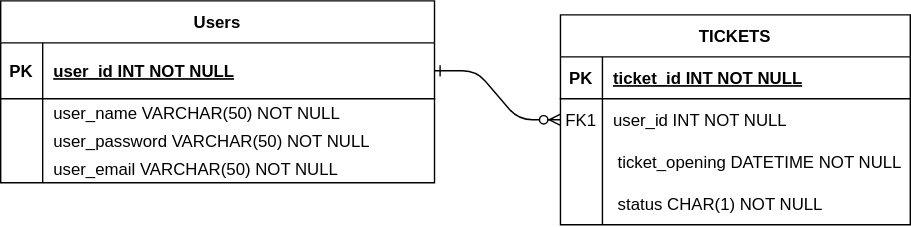
Before: DER/Qhelp-DER.drawio.svg, a diagram exported from draw.io (luan-ferreir4/Qhelp-DER). Source tidied: cells renumbered, new cells last; positions are measured from the earlier drawing's top-left corner, leaving out a move shared by most shapes.
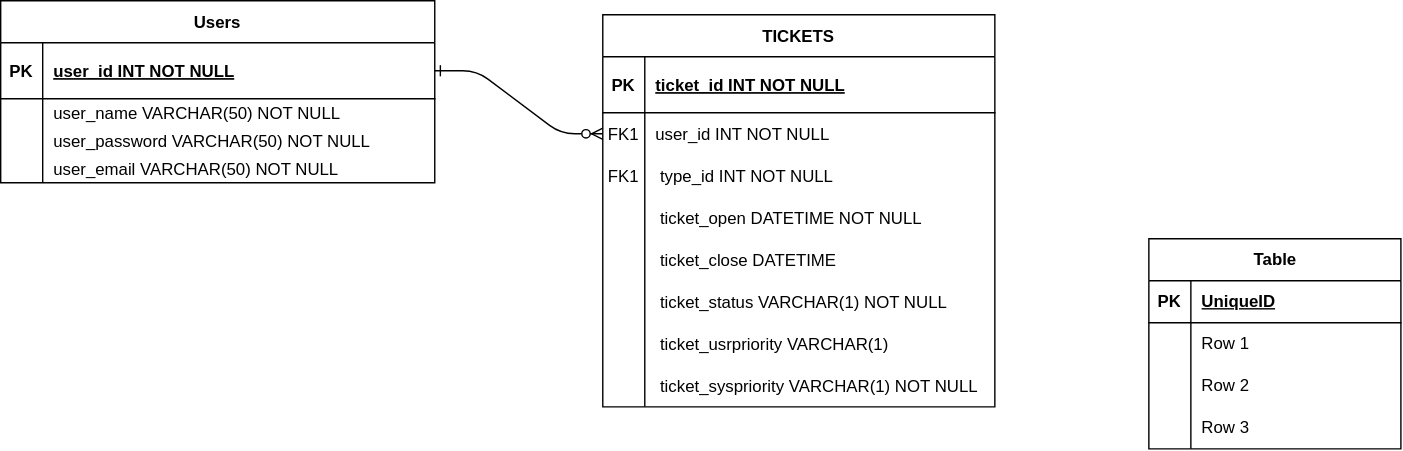
The same diagram one commit later.

What changed in the source:
```diff
@@ -5,45 +5,6 @@
     <mxCell id="2" style="edgeStyle=entityRelationEdgeStyle;endArrow=ERzeroToMany;startArrow=ERone;endFill=1;startFill=0;exitX=1;exitY=0.5;exitDx=0;exitDy=0;" parent="1" edge="1" source="17" target="7">
       <mxGeometry relative="1" as="geometry" />
     </mxCell>
-    <mxCell id="3" value="TICKETS" style="shape=table;startSize=30;rowLines=0;fontStyle=1;align=center;" parent="1" vertex="1">
-      <mxGeometry x="400" y="10" width="250" height="150" as="geometry" />
-    </mxCell>
-    <mxCell id="4" style="shape=partialRectangle;fillColor=none;top=0;left=0;right=0;bottom=1;" parent="3" vertex="1">
-      <mxGeometry y="30" width="250" height="30" as="geometry" />
-    </mxCell>
-    <mxCell id="5" value="PK" style="shape=partialRectangle;overflow=hidden;fillColor=none;top=0;left=0;bottom=0;right=0;fontStyle=1;" parent="4" vertex="1">
-      <mxGeometry width="30" height="30" as="geometry" />
-    </mxCell>
-    <mxCell id="6" value="ticket_id INT NOT NULL " style="shape=partialRectangle;overflow=hidden;fillColor=none;top=0;left=0;bottom=0;right=0;align=left;spacingLeft=6;fontStyle=5;" parent="4" vertex="1">
-      <mxGeometry x="30" width="220" height="30" as="geometry" />
-    </mxCell>
-    <mxCell id="7" style="shape=partialRectangle;fillColor=none;points=[[0,0.5],[1,0.5]];portConstraint=eastwest;top=0;left=0;right=0;bottom=0;" parent="3" vertex="1">
-      <mxGeometry y="60" width="250" height="30" as="geometry" />
-    </mxCell>
-    <mxCell id="8" value="FK1" style="shape=partialRectangle;overflow=hidden;fillColor=none;top=0;left=0;bottom=0;right=0;" parent="7" vertex="1">
-      <mxGeometry width="30" height="30" as="geometry" />
-    </mxCell>
-    <mxCell id="9" value="user_id INT NOT NULL" style="shape=partialRectangle;overflow=hidden;fillColor=none;top=0;left=0;bottom=0;right=0;align=left;spacingLeft=6;" parent="7" vertex="1">
-      <mxGeometry x="30" width="220" height="30" as="geometry" />
-    </mxCell>
-    <mxCell id="10" style="shape=partialRectangle;fillColor=none;top=0;left=0;right=0;bottom=0;" parent="3" vertex="1">
-      <mxGeometry y="90" width="250" height="30" as="geometry" />
-    </mxCell>
-    <mxCell id="11" style="shape=partialRectangle;overflow=hidden;fillColor=none;top=0;left=0;bottom=0;right=0;" parent="10" vertex="1">
-      <mxGeometry width="30" height="30" as="geometry" />
-    </mxCell>
-    <mxCell id="12" value=" ticket_opening DATETIME NOT NULL" style="shape=partialRectangle;overflow=hidden;fillColor=none;top=0;left=0;bottom=0;right=0;align=left;spacingLeft=6;" parent="10" vertex="1">
-      <mxGeometry x="30" width="220" height="30" as="geometry" />
-    </mxCell>
-    <mxCell id="13" style="shape=partialRectangle;fillColor=none;top=0;left=0;right=0;bottom=0;" parent="3" vertex="1">
-      <mxGeometry y="120" width="250" height="30" as="geometry" />
-    </mxCell>
-    <mxCell id="14" style="shape=partialRectangle;overflow=hidden;fillColor=none;top=0;left=0;bottom=0;right=0;" parent="13" vertex="1">
-      <mxGeometry width="30" height="30" as="geometry" />
-    </mxCell>
-    <mxCell id="15" value=" status CHAR(1) NOT NULL" style="shape=partialRectangle;overflow=hidden;fillColor=none;top=0;left=0;bottom=0;right=0;align=left;spacingLeft=6;" parent="13" vertex="1">
-      <mxGeometry x="30" width="220" height="30" as="geometry" />
-    </mxCell>
     <mxCell id="16" value="Users" style="shape=table;startSize=30;rowLines=0;fontStyle=1;align=center;" parent="1" vertex="1">
       <mxGeometry width="310" height="130" as="geometry" />
     </mxCell>
@@ -83,5 +44,119 @@
     <mxCell id="28" value="user_email VARCHAR(50) NOT NULL" style="shape=partialRectangle;overflow=hidden;fillColor=none;top=0;left=0;bottom=0;right=0;align=left;spacingLeft=6;" parent="26" vertex="1">
       <mxGeometry x="30" width="280" height="20" as="geometry" />
     </mxCell>
+    <mxCell id="3" value="TICKETS" style="shape=table;startSize=30;rowLines=0;fontStyle=1;align=center;" parent="1" vertex="1">
+      <mxGeometry x="430" y="10" width="280" height="280" as="geometry" />
+    </mxCell>
+    <mxCell id="4" style="shape=partialRectangle;fillColor=none;top=0;left=0;right=0;bottom=1;" parent="3" vertex="1">
+      <mxGeometry y="30" width="280" height="40" as="geometry" />
+    </mxCell>
+    <mxCell id="5" value="PK" style="shape=partialRectangle;overflow=hidden;fillColor=none;top=0;left=0;bottom=0;right=0;fontStyle=1;" parent="4" vertex="1">
+      <mxGeometry width="30" height="40" as="geometry" />
+    </mxCell>
+    <mxCell id="6" value="ticket_id INT NOT NULL " style="shape=partialRectangle;overflow=hidden;fillColor=none;top=0;left=0;bottom=0;right=0;align=left;spacingLeft=6;fontStyle=5;" parent="4" vertex="1">
+      <mxGeometry x="30" width="250" height="40" as="geometry" />
+    </mxCell>
+    <mxCell id="7" style="shape=partialRectangle;fillColor=none;points=[[0,0.5],[1,0.5]];portConstraint=eastwest;top=0;left=0;right=0;bottom=0;" parent="3" vertex="1">
+      <mxGeometry y="70" width="280" height="30" as="geometry" />
+    </mxCell>
+    <mxCell id="8" value="FK1" style="shape=partialRectangle;overflow=hidden;fillColor=none;top=0;left=0;bottom=0;right=0;" parent="7" vertex="1">
+      <mxGeometry width="30" height="30" as="geometry" />
+    </mxCell>
+    <mxCell id="9" value="user_id INT NOT NULL" style="shape=partialRectangle;overflow=hidden;fillColor=none;top=0;left=0;bottom=0;right=0;align=left;spacingLeft=6;" parent="7" vertex="1">
+      <mxGeometry x="30" width="250" height="30" as="geometry" />
+    </mxCell>
+    <mxCell id="29" style="shape=partialRectangle;fillColor=none;top=0;left=0;right=0;bottom=0;" parent="3" vertex="1">
+      <mxGeometry y="100" width="280" height="30" as="geometry" />
+    </mxCell>
+    <mxCell id="30" value="FK1" style="shape=partialRectangle;overflow=hidden;fillColor=none;top=0;left=0;bottom=0;right=0;" parent="29" vertex="1">
+      <mxGeometry width="30" height="30" as="geometry" />
+    </mxCell>
+    <mxCell id="31" value=" type_id INT NOT NULL" style="shape=partialRectangle;overflow=hidden;fillColor=none;top=0;left=0;bottom=0;right=0;align=left;spacingLeft=6;" parent="29" vertex="1">
+      <mxGeometry x="30" width="250" height="30" as="geometry" />
+    </mxCell>
+    <mxCell id="10" style="shape=partialRectangle;fillColor=none;top=0;left=0;right=0;bottom=0;" parent="3" vertex="1">
+      <mxGeometry y="130" width="280" height="30" as="geometry" />
+    </mxCell>
+    <mxCell id="11" style="shape=partialRectangle;overflow=hidden;fillColor=none;top=0;left=0;bottom=0;right=0;" parent="10" vertex="1">
+      <mxGeometry width="30" height="30" as="geometry" />
+    </mxCell>
+    <mxCell id="12" value=" ticket_open DATETIME NOT NULL" style="shape=partialRectangle;overflow=hidden;fillColor=none;top=0;left=0;bottom=0;right=0;align=left;spacingLeft=6;" parent="10" vertex="1">
+      <mxGeometry x="30" width="250" height="30" as="geometry" />
+    </mxCell>
+    <mxCell id="32" style="shape=partialRectangle;fillColor=none;top=0;left=0;right=0;bottom=0;" parent="3" vertex="1">
+      <mxGeometry y="160" width="280" height="30" as="geometry" />
+    </mxCell>
+    <mxCell id="33" style="shape=partialRectangle;overflow=hidden;fillColor=none;top=0;left=0;bottom=0;right=0;" parent="32" vertex="1">
+      <mxGeometry width="30" height="30" as="geometry" />
+    </mxCell>
+    <mxCell id="34" value=" ticket_close DATETIME" style="shape=partialRectangle;overflow=hidden;fillColor=none;top=0;left=0;bottom=0;right=0;align=left;spacingLeft=6;" parent="32" vertex="1">
+      <mxGeometry x="30" width="250" height="30" as="geometry" />
+    </mxCell>
+    <mxCell id="35" style="shape=partialRectangle;fillColor=none;top=0;left=0;right=0;bottom=0;" parent="3" vertex="1">
+      <mxGeometry y="190" width="280" height="30" as="geometry" />
+    </mxCell>
+    <mxCell id="36" style="shape=partialRectangle;overflow=hidden;fillColor=none;top=0;left=0;bottom=0;right=0;" parent="35" vertex="1">
+      <mxGeometry width="30" height="30" as="geometry" />
+    </mxCell>
+    <mxCell id="37" value=" ticket_status VARCHAR(1) NOT NULL" style="shape=partialRectangle;overflow=hidden;fillColor=none;top=0;left=0;bottom=0;right=0;align=left;spacingLeft=6;" parent="35" vertex="1">
+      <mxGeometry x="30" width="250" height="30" as="geometry" />
+    </mxCell>
+    <mxCell id="38" style="shape=partialRectangle;fillColor=none;top=0;left=0;right=0;bottom=0;" parent="3" vertex="1">
+      <mxGeometry y="220" width="280" height="30" as="geometry" />
+    </mxCell>
+    <mxCell id="39" style="shape=partialRectangle;overflow=hidden;fillColor=none;top=0;left=0;bottom=0;right=0;" parent="38" vertex="1">
+      <mxGeometry width="30" height="30" as="geometry" />
+    </mxCell>
+    <mxCell id="40" value=" ticket_usrpriority VARCHAR(1)" style="shape=partialRectangle;overflow=hidden;fillColor=none;top=0;left=0;bottom=0;right=0;align=left;spacingLeft=6;" parent="38" vertex="1">
+      <mxGeometry x="30" width="250" height="30" as="geometry" />
+    </mxCell>
+    <mxCell id="41" style="shape=partialRectangle;fillColor=none;top=0;left=0;right=0;bottom=0;" parent="3" vertex="1">
+      <mxGeometry y="250" width="280" height="30" as="geometry" />
+    </mxCell>
+    <mxCell id="42" style="shape=partialRectangle;overflow=hidden;fillColor=none;top=0;left=0;bottom=0;right=0;" parent="41" vertex="1">
+      <mxGeometry width="30" height="30" as="geometry" />
+    </mxCell>
+    <mxCell id="43" value=" ticket_syspriority VARCHAR(1) NOT NULL" style="shape=partialRectangle;overflow=hidden;fillColor=none;top=0;left=0;bottom=0;right=0;align=left;spacingLeft=6;" parent="41" vertex="1">
+      <mxGeometry x="30" width="250" height="30" as="geometry" />
+    </mxCell>
+    <mxCell id="44" value="Table" style="shape=table;startSize=30;rowLines=0;fontStyle=1;align=center;html=1;" parent="1" vertex="1">
+      <mxGeometry x="820" y="170" width="180" height="150" as="geometry" />
+    </mxCell>
+    <mxCell id="45" style="shape=tableRow;horizontal=0;startSize=0;swimlaneHead=0;swimlaneBody=0;fillColor=none;top=0;left=0;right=0;bottom=1;" parent="44" vertex="1">
+      <mxGeometry y="30" width="180" height="30" as="geometry" />
+    </mxCell>
+    <mxCell id="46" value="PK" style="shape=partialRectangle;fillColor=none;top=0;left=0;bottom=0;right=0;fontStyle=1;overflow=hidden;whiteSpace=wrap;html=1;" parent="45" vertex="1">
+      <mxGeometry width="30" height="30" as="geometry" />
+    </mxCell>
+    <mxCell id="47" value="UniqueID" style="shape=partialRectangle;fillColor=none;top=0;left=0;bottom=0;right=0;align=left;spacingLeft=6;fontStyle=5;overflow=hidden;whiteSpace=wrap;html=1;" parent="45" vertex="1">
+      <mxGeometry x="30" width="150" height="30" as="geometry" />
+    </mxCell>
+    <mxCell id="48" style="shape=tableRow;horizontal=0;startSize=0;swimlaneHead=0;swimlaneBody=0;fillColor=none;top=0;left=0;right=0;bottom=0;" parent="44" vertex="1">
+      <mxGeometry y="60" width="180" height="30" as="geometry" />
+    </mxCell>
+    <mxCell id="49" style="shape=partialRectangle;fillColor=none;top=0;left=0;bottom=0;right=0;overflow=hidden;whiteSpace=wrap;html=1;" parent="48" vertex="1">
+      <mxGeometry width="30" height="30" as="geometry" />
+    </mxCell>
+    <mxCell id="50" value="Row 1" style="shape=partialRectangle;fillColor=none;top=0;left=0;bottom=0;right=0;align=left;spacingLeft=6;overflow=hidden;whiteSpace=wrap;html=1;" parent="48" vertex="1">
+      <mxGeometry x="30" width="150" height="30" as="geometry" />
+    </mxCell>
+    <mxCell id="51" style="shape=tableRow;horizontal=0;startSize=0;swimlaneHead=0;swimlaneBody=0;fillColor=none;top=0;left=0;right=0;bottom=0;" parent="44" vertex="1">
+      <mxGeometry y="90" width="180" height="30" as="geometry" />
+    </mxCell>
+    <mxCell id="52" style="shape=partialRectangle;fillColor=none;top=0;left=0;bottom=0;right=0;overflow=hidden;whiteSpace=wrap;html=1;" parent="51" vertex="1">
+      <mxGeometry width="30" height="30" as="geometry" />
+    </mxCell>
+    <mxCell id="53" value="Row 2" style="shape=partialRectangle;fillColor=none;top=0;left=0;bottom=0;right=0;align=left;spacingLeft=6;overflow=hidden;whiteSpace=wrap;html=1;" parent="51" vertex="1">
+      <mxGeometry x="30" width="150" height="30" as="geometry" />
+    </mxCell>
+    <mxCell id="54" style="shape=tableRow;horizontal=0;startSize=0;swimlaneHead=0;swimlaneBody=0;fillColor=none;top=0;left=0;right=0;bottom=0;" parent="44" vertex="1">
+      <mxGeometry y="120" width="180" height="30" as="geometry" />
+    </mxCell>
+    <mxCell id="55" style="shape=partialRectangle;fillColor=none;top=0;left=0;bottom=0;right=0;overflow=hidden;whiteSpace=wrap;html=1;" parent="54" vertex="1">
+      <mxGeometry width="30" height="30" as="geometry" />
+    </mxCell>
+    <mxCell id="56" value="Row 3" style="shape=partialRectangle;fillColor=none;top=0;left=0;bottom=0;right=0;align=left;spacingLeft=6;overflow=hidden;whiteSpace=wrap;html=1;" parent="54" vertex="1">
+      <mxGeometry x="30" width="150" height="30" as="geometry" />
+    </mxCell>
   </root>
 </mxGraphModel>
```
